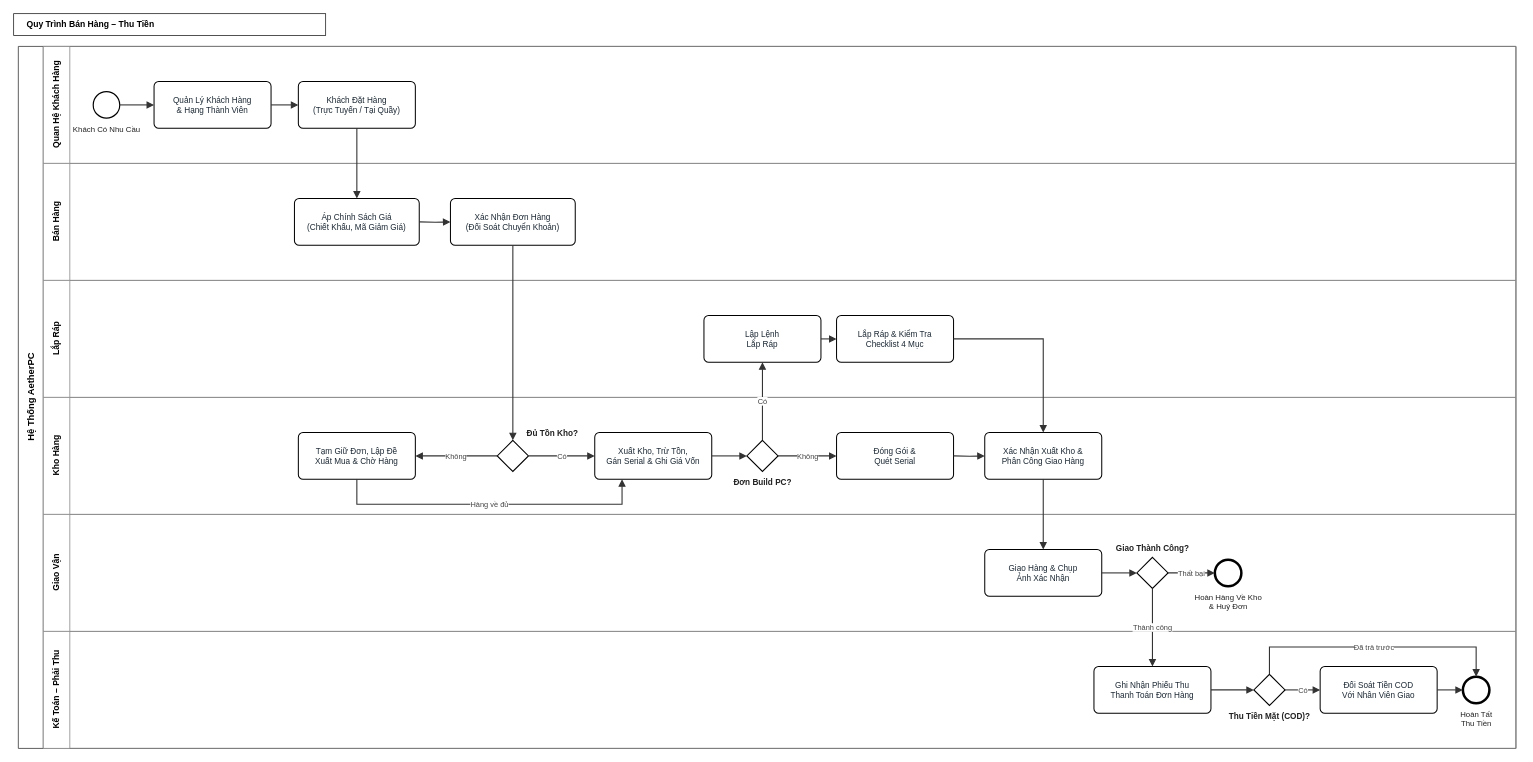
Before: docs/diagrams/bpmn/quy_trinh_banhang_thutien.drawio in hoangmkid12/ERP_AetherPC, a draw.io diagram. Source tidied: cells renumbered, new cells numbered last; positions are measured from the earlier drawing's top-left corner, leaving out a move shared by most shapes. Both pictures are drawn from the tidied source at 78%, with x=0, y=0 at pixel (13, 13).
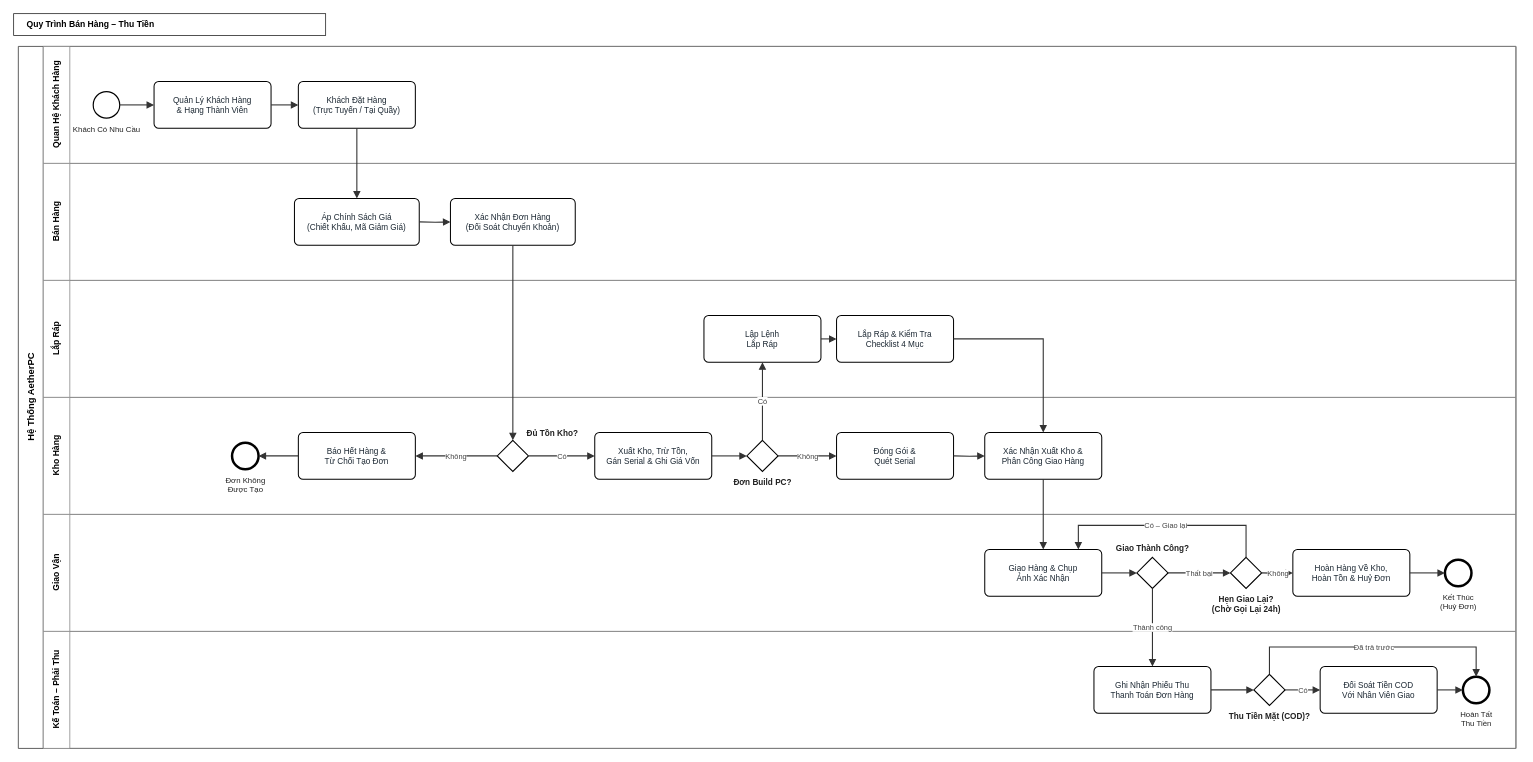
The same diagram, later.

Diff of the diagram source:
```diff
@@
-    <mxCell id="18" value="Tạm Giữ Đơn, Lập Đề&lt;br/&gt;Xuất Mua &amp;amp; Chờ Hàng" style="rounded=1;arcSize=10;whiteSpace=wrap;html=1;fillColor=#FFFFFF;strokeColor=#000000;strokeWidth=1.3;fontSize=10.5;fontColor=#1C2833;" parent="1" vertex="1">
+    <mxCell id="18" value="Báo Hết Hàng &amp;amp;&lt;br/&gt;Từ Chối Tạo Đơn" style="rounded=1;arcSize=10;whiteSpace=wrap;html=1;fillColor=#FFFFFF;strokeColor=#000000;strokeWidth=1.3;fontSize=10.5;fontColor=#1C2833;" parent="1" vertex="1">
       <mxGeometry x="365" y="537" width="150" height="60" as="geometry" />
     </mxCell>
+    <mxCell id="59" style="ellipse;whiteSpace=wrap;html=1;fillColor=#FFFFFF;strokeColor=#000000;strokeWidth=3.2;" parent="1" vertex="1">
+      <mxGeometry x="280" y="550" width="34" height="34" as="geometry" />
+    </mxCell>
+    <mxCell id="60" value="Đơn Không&lt;br/&gt;Được Tạo" style="text;html=1;align=center;verticalAlign=top;strokeColor=none;fillColor=none;fontSize=10;fontColor=#222222;" parent="1" vertex="1">
+      <mxGeometry x="242" y="585.5" width="110" height="30" as="geometry" />
+    </mxCell>
@@
+    <mxCell id="61" style="rhombus;whiteSpace=wrap;html=1;fillColor=#FFFFFF;strokeColor=#000000;strokeWidth=1.4;" parent="1" vertex="1">
+      <mxGeometry x="1560" y="697" width="40" height="40" as="geometry" />
+    </mxCell>
+    <mxCell id="62" value="Hẹn Giao Lại?&lt;br/&gt;(Chờ Gọi Lại 24h)" style="text;html=1;align=center;verticalAlign=top;strokeColor=none;fillColor=none;fontSize=10.5;fontStyle=1;fontColor=#222222;" parent="1" vertex="1">
+      <mxGeometry x="1510" y="738" width="140" height="30" as="geometry" />
+    </mxCell>
+    <mxCell id="63" value="Hoàn Hàng Về Kho,&lt;br/&gt;Hoàn Tồn &amp;amp; Huỷ Đơn" style="rounded=1;arcSize=10;whiteSpace=wrap;html=1;fillColor=#FFFFFF;strokeColor=#000000;strokeWidth=1.3;fontSize=10.5;fontColor=#1C2833;" parent="1" vertex="1">
+      <mxGeometry x="1640" y="687" width="150" height="60" as="geometry" />
+    </mxCell>
     <mxCell id="29" style="ellipse;whiteSpace=wrap;html=1;fillColor=#FFFFFF;strokeColor=#000000;strokeWidth=3.2;" parent="1" vertex="1">
-      <mxGeometry x="1540" y="700" width="34" height="34" as="geometry" />
+      <mxGeometry x="1835" y="700" width="34" height="34" as="geometry" />
     </mxCell>
-    <mxCell id="30" value="Hoàn Hàng Về Kho&lt;br/&gt;&amp;amp; Huỷ Đơn" style="text;html=1;align=center;verticalAlign=top;strokeColor=none;fillColor=none;fontSize=10;fontColor=#222222;" parent="1" vertex="1">
-      <mxGeometry x="1502" y="735.5" width="110" height="30" as="geometry" />
+    <mxCell id="30" value="Kết Thúc&lt;br/&gt;(Huỷ Đơn)" style="text;html=1;align=center;verticalAlign=top;strokeColor=none;fillColor=none;fontSize=10;fontColor=#222222;" parent="1" vertex="1">
+      <mxGeometry x="1797" y="735.5" width="110" height="30" as="geometry" />
     </mxCell>
@@
-    <mxCell id="44" value="Hàng về đủ" style="edgeStyle=orthogonalEdgeStyle;rounded=0;orthogonalLoop=1;jettySize=auto;html=1;endArrow=block;endFill=1;strokeColor=#333333;strokeWidth=1.4;fontSize=9.5;fontColor=#444444;labelBackgroundColor=#FFFFFF;" parent="1" edge="1">
+    <mxCell id="44" style="edgeStyle=orthogonalEdgeStyle;rounded=0;orthogonalLoop=1;jettySize=auto;html=1;endArrow=block;endFill=1;strokeColor=#333333;strokeWidth=1.4;fontSize=9.5;fontColor=#444444;labelBackgroundColor=#FFFFFF;" parent="1" edge="1">
       <mxGeometry relative="1" as="geometry">
-        <mxPoint x="440" y="597" as="sourcePoint" />
-        <mxPoint x="780" y="597" as="targetPoint" />
-        <Array as="points">
-          <mxPoint x="440" y="629" />
-          <mxPoint x="780" y="629" />
-        </Array>
+        <mxPoint x="365" y="567" as="sourcePoint" />
+        <mxPoint x="314" y="567" as="targetPoint" />
       </mxGeometry>
     </mxCell>
@@
     <mxCell id="53" value="Thất bại" style="edgeStyle=orthogonalEdgeStyle;rounded=0;orthogonalLoop=1;jettySize=auto;html=1;endArrow=block;endFill=1;strokeColor=#333333;strokeWidth=1.4;fontSize=9.5;fontColor=#444444;labelBackgroundColor=#FFFFFF;" parent="1" edge="1">
       <mxGeometry relative="1" as="geometry">
         <mxPoint x="1480" y="717" as="sourcePoint" />
-        <mxPoint x="1540" y="717" as="targetPoint" />
+        <mxPoint x="1560" y="717" as="targetPoint" />
       </mxGeometry>
     </mxCell>
+    <mxCell id="64" value="Không" style="edgeStyle=orthogonalEdgeStyle;rounded=0;orthogonalLoop=1;jettySize=auto;html=1;endArrow=block;endFill=1;strokeColor=#333333;strokeWidth=1.4;fontSize=9.5;fontColor=#444444;labelBackgroundColor=#FFFFFF;" parent="1" edge="1">
+      <mxGeometry relative="1" as="geometry">
+        <mxPoint x="1600" y="717" as="sourcePoint" />
+        <mxPoint x="1640" y="717" as="targetPoint" />
+      </mxGeometry>
+    </mxCell>
+    <mxCell id="65" value="Có – Giao lại" style="edgeStyle=orthogonalEdgeStyle;rounded=0;orthogonalLoop=1;jettySize=auto;html=1;endArrow=block;endFill=1;strokeColor=#333333;strokeWidth=1.4;fontSize=9.5;fontColor=#444444;labelBackgroundColor=#FFFFFF;" parent="1" edge="1">
+      <mxGeometry relative="1" as="geometry">
+        <mxPoint x="1580" y="697" as="sourcePoint" />
+        <mxPoint x="1365" y="687" as="targetPoint" />
+        <Array as="points">
+          <mxPoint x="1580" y="656" />
+          <mxPoint x="1365" y="656" />
+        </Array>
+      </mxGeometry>
+    </mxCell>
+    <mxCell id="66" style="edgeStyle=orthogonalEdgeStyle;rounded=0;orthogonalLoop=1;jettySize=auto;html=1;endArrow=block;endFill=1;strokeColor=#333333;strokeWidth=1.4;fontSize=9.5;fontColor=#444444;labelBackgroundColor=#FFFFFF;" parent="1" edge="1">
+      <mxGeometry relative="1" as="geometry">
+        <mxPoint x="1790" y="717" as="sourcePoint" />
+        <mxPoint x="1835" y="717" as="targetPoint" />
+      </mxGeometry>
+    </mxCell>
```
